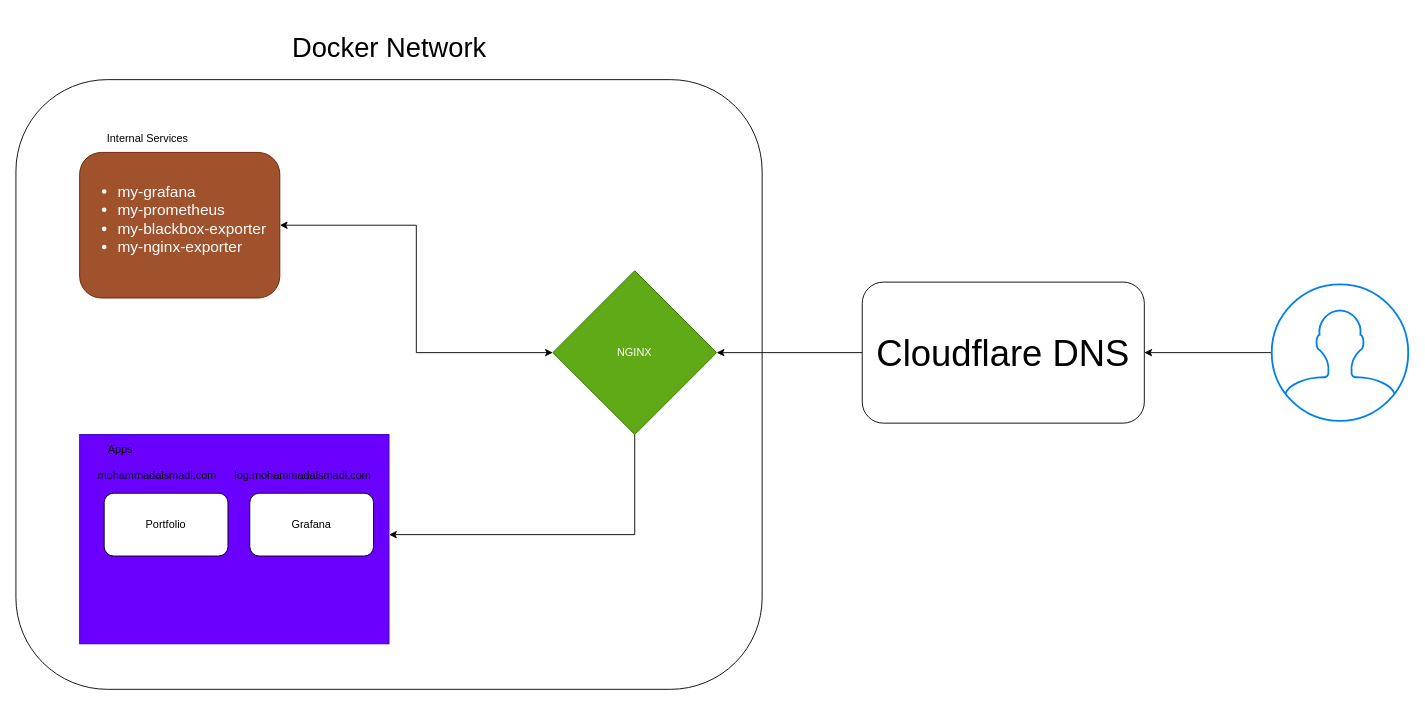
Before: infra.drawio in alsmadi99/infra, a draw.io diagram. Source tidied: cells renumbered, new cells numbered last; positions are measured from the earlier drawing's top-left corner, leaving out a move shared by most shapes. Both pictures are drawn from the tidied source at 91%, with x=0, y=0 at pixel (15, 25).
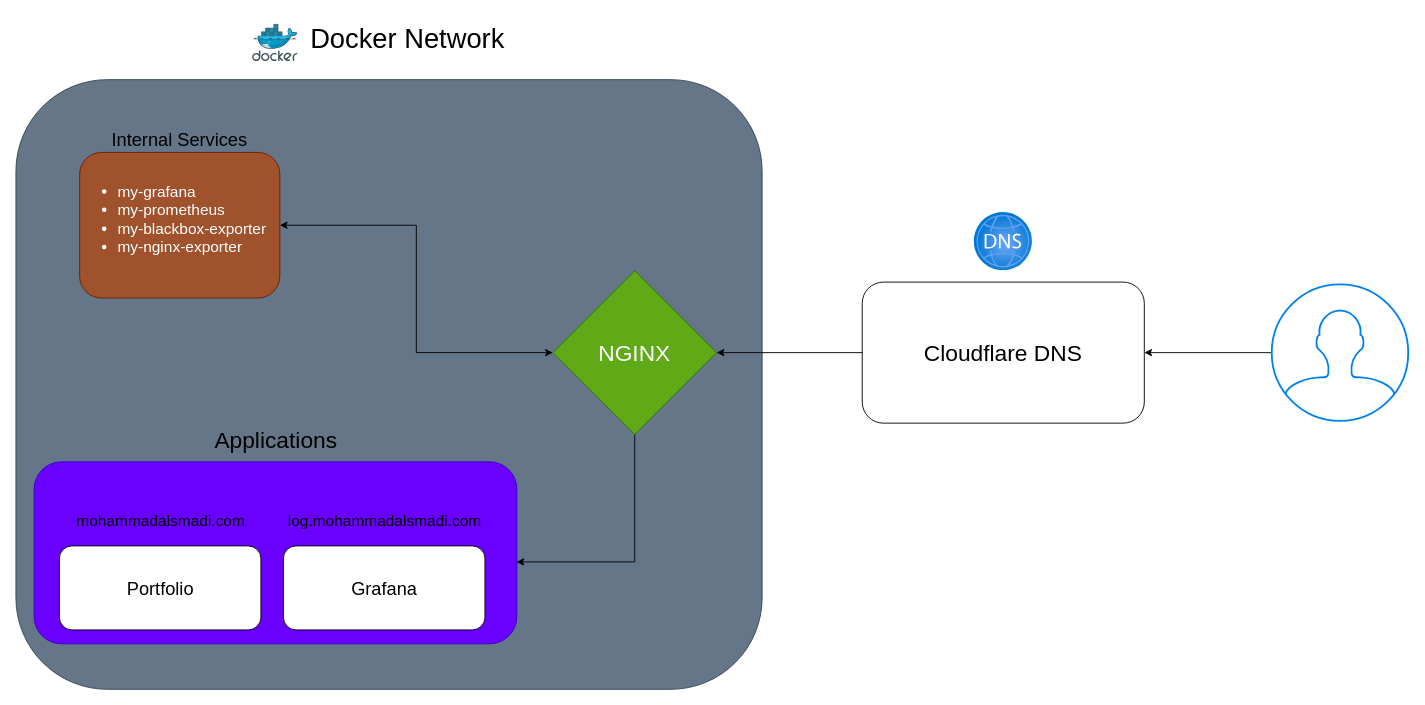
The same diagram, later.

Unchanged cells that the change refers to:
```xml
<mxCell id="19" style="group;" parent="1" vertex="1">
  <mxGeometry x="70" y="110" width="220" height="190" as="geometry" />
</mxCell>
```

Diff of the diagram source:
```diff
@@
-    <mxCell id="2" style="rounded=1;whiteSpace=wrap;html=1;" parent="1" vertex="1">
+    <mxCell id="2" style="rounded=1;whiteSpace=wrap;html=1;fillColor=#647687;strokeColor=#314354;fontColor=#ffffff;" parent="1" vertex="1">
       <mxGeometry y="60" width="820" height="670" as="geometry" />
     </mxCell>
@@
-    <mxCell id="4" value="&lt;font style=&quot;font-size: 40px;&quot;&gt;Cloudflare DNS&lt;/font&gt;" style="rounded=1;whiteSpace=wrap;html=1;" parent="1" vertex="1">
+    <mxCell id="4" value="&lt;font style=&quot;font-size: 25px;&quot;&gt;Cloudflare DNS&lt;/font&gt;" style="rounded=1;whiteSpace=wrap;html=1;fontSize=25;" parent="1" vertex="1">
       <mxGeometry x="930" y="282.5" width="310" height="155" as="geometry" />
     </mxCell>
-    <mxCell id="5" value="Docker Network" style="text;html=1;align=center;verticalAlign=middle;strokeColor=none;fillColor=none;fontSize=30;" parent="1" vertex="1">
-      <mxGeometry x="290" width="240" height="50" as="geometry" />
-    </mxCell>
@@
-    <mxCell id="7" style="edgeStyle=orthogonalEdgeStyle;rounded=0;jettySize=auto;html=1;" parent="1" edge="1" source="8">
-      <mxGeometry relative="1" as="geometry">
-        <mxPoint x="410" y="560" as="targetPoint" />
-        <Array as="points">
-          <mxPoint x="680" y="560" />
-        </Array>
-      </mxGeometry>
-    </mxCell>
+    <mxCell id="22" style="edgeStyle=orthogonalEdgeStyle;rounded=0;orthogonalLoop=1;jettySize=auto;html=1;" parent="1" edge="1">
+      <mxGeometry relative="1" as="geometry">
+        <mxPoint x="720.1" y="390" as="sourcePoint" />
+        <mxPoint x="550" y="590" as="targetPoint" />
+        <Array as="points">
+          <mxPoint x="680" y="391" />
+          <mxPoint x="680" y="590" />
+          <mxPoint x="550" y="590" />
+        </Array>
+      </mxGeometry>
+    </mxCell>
-    <mxCell id="8" value="NGINX" style="rhombus;whiteSpace=wrap;html=1;fillColor=#60a917;fontColor=#ffffff;strokeColor=#2D7600;" parent="1" vertex="1">
+    <mxCell id="8" value="NGINX" style="rhombus;whiteSpace=wrap;html=1;fillColor=#60a917;fontColor=#ffffff;strokeColor=#2D7600;fontSize=25;" parent="1" vertex="1">
       <mxGeometry x="590" y="270" width="180" height="180" as="geometry" />
     </mxCell>
-    <mxCell id="9" style="group;fillColor=#6a00ff;fontColor=#ffffff;strokeColor=#3700CC;" parent="1" vertex="1">
-      <mxGeometry x="70" y="450" width="340" height="230" as="geometry" />
+    <mxCell id="9" style="group;fillColor=#6a00ff;fontColor=#ffffff;strokeColor=#3700CC;fontSize=20;labelBorderColor=none;rounded=1;" parent="1" vertex="1">
+      <mxGeometry x="20" y="480" width="530.5" height="200" as="geometry" />
     </mxCell>
-    <mxCell id="10" value="Apps" style="text;html=1;strokeColor=none;fillColor=none;align=center;verticalAlign=middle;whiteSpace=wrap;rounded=0;" parent="9" vertex="1">
-      <mxGeometry x="11.3" width="68" height="34.5" as="geometry" />
-    </mxCell>
     <mxCell id="11" style="group;" parent="9" vertex="1">
-      <mxGeometry x="10" y="30" width="170" height="103.5" as="geometry" />
+      <mxGeometry y="46.2" width="276.9" height="138.5" as="geometry" />
     </mxCell>
-    <mxCell id="12" value="Portfolio" style="rounded=1;whiteSpace=wrap;html=1;" parent="11" vertex="1">
-      <mxGeometry x="17" y="34.5" width="136" height="69" as="geometry" />
+    <mxCell id="12" value="Portfolio" style="rounded=1;whiteSpace=wrap;html=1;fontSize=20;" parent="11" vertex="1">
+      <mxGeometry x="27.7" y="46.2" width="221.5" height="92.3" as="geometry" />
     </mxCell>
-    <mxCell id="13" value="mohammadalsmadi.com" style="text;html=1;align=center;verticalAlign=middle;strokeColor=none;fillColor=none;" parent="11" vertex="1">
-      <mxGeometry width="150" height="30" as="geometry" />
-    </mxCell>
     <mxCell id="14" style="group;" parent="9" vertex="1">
-      <mxGeometry x="170" y="30" width="170" height="103.5" as="geometry" />
+      <mxGeometry x="246.2" y="46.2" width="276.9" height="138.5" as="geometry" />
     </mxCell>
-    <mxCell id="15" value="Grafana" style="rounded=1;whiteSpace=wrap;html=1;" parent="14" vertex="1">
-      <mxGeometry x="17" y="34.5" width="136" height="69" as="geometry" />
+    <mxCell id="15" value="Grafana" style="rounded=1;whiteSpace=wrap;html=1;fontSize=20;" parent="14" vertex="1">
+      <mxGeometry x="27.7" y="46.2" width="221.5" height="92.3" as="geometry" />
     </mxCell>
-    <mxCell id="16" value="log.mohammadalsmadi.com" style="text;html=1;align=center;verticalAlign=middle;strokeColor=none;fillColor=none;" parent="14" vertex="1">
-      <mxGeometry x="-10" width="170" height="30" as="geometry" />
+    <mxCell id="16" value="log.mohammadalsmadi.com" style="text;html=1;align=center;verticalAlign=middle;strokeColor=none;fillColor=none;fontSize=17;" parent="14" vertex="1">
+      <mxGeometry x="18.5" y="5" width="240" height="30" as="geometry" />
     </mxCell>
+    <mxCell id="13" value="mohammadalsmadi.com" style="text;html=1;align=center;verticalAlign=middle;strokeColor=none;fillColor=none;fontSize=17;" parent="9" vertex="1">
+      <mxGeometry x="33.5" y="51.2" width="210" height="30" as="geometry" />
+    </mxCell>
@@
-    <mxCell id="21" value="Internal Services" style="text;html=1;strokeColor=none;fillColor=none;align=center;verticalAlign=middle;whiteSpace=wrap;rounded=0;" parent="19" vertex="1">
-      <mxGeometry width="150" height="30" as="geometry" />
+    <mxCell id="21" value="Internal Services" style="text;html=1;strokeColor=none;fillColor=none;align=center;verticalAlign=middle;whiteSpace=wrap;rounded=0;fontSize=20;" parent="19" vertex="1">
+      <mxGeometry width="220" height="30" as="geometry" />
     </mxCell>
+    <mxCell id="10" value="Applications" style="text;html=1;strokeColor=none;fillColor=none;align=center;verticalAlign=middle;whiteSpace=wrap;rounded=0;fontSize=25;" parent="1" vertex="1">
+      <mxGeometry x="20.5" y="440" width="530" height="30" as="geometry" />
+    </mxCell>
+    <mxCell id="23" style="image;html=1;align=center;fontSize=12;image=img/lib/azure2/networking/DNS_Zones.svg;" parent="1" vertex="1">
+      <mxGeometry x="1053" y="206" width="64" height="64" as="geometry" />
+    </mxCell>
+    <mxCell id="24" style="group;" parent="1" vertex="1">
+      <mxGeometry x="260" y="-10" width="290" height="50" as="geometry" />
+    </mxCell>
+    <mxCell id="5" value="Docker Network" style="text;html=1;align=center;verticalAlign=middle;strokeColor=none;fillColor=none;fontSize=30;" parent="24" vertex="1">
+      <mxGeometry x="50" width="240" height="50" as="geometry" />
+    </mxCell>
+    <mxCell id="25" style="image;sketch=0;html=1;align=center;fontSize=12;image=img/lib/mscae/Docker.svg;" parent="24" vertex="1">
+      <mxGeometry y="9" width="50" height="41" as="geometry" />
+    </mxCell>
```
